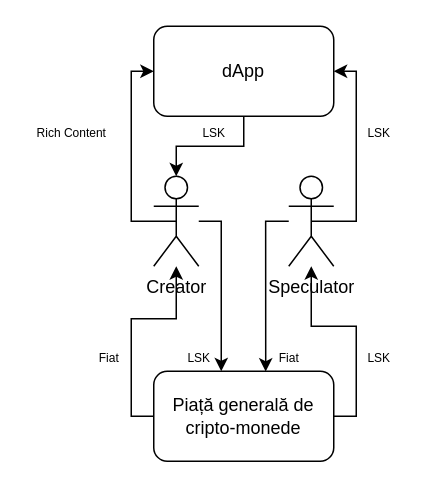
The draw.io diagram documentation/images/Fluxul_de_valoare.drawio in raziehl/jackal-supplies, before the edit. Source tidied: cells renumbered, new cells numbered last; positions are measured from the earlier drawing's top-left corner, leaving out a move shared by most shapes. Both pictures are drawn from the tidied source at 150%, with x=0, y=0 at pixel (26, 26).
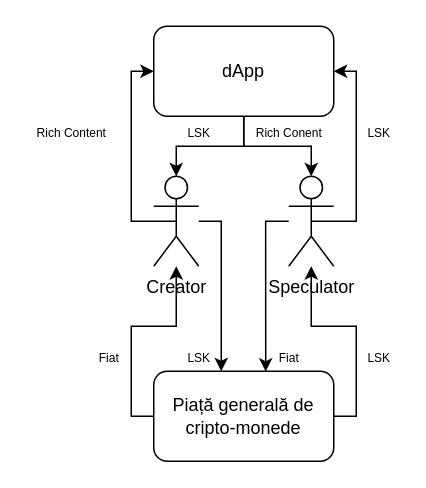
The same page after the edit.

The change refers to these unchanged cells:
```xml
<mxCell id="4" value="Creator" style="shape=umlActor;verticalLabelPosition=bottom;labelBackgroundColor=#ffffff;verticalAlign=top;html=1;outlineConnect=0;" parent="1" vertex="1">
  <mxGeometry x="85" y="100" width="30" height="60" as="geometry" />
</mxCell>
<mxCell id="7" value="Speculator" style="shape=umlActor;verticalLabelPosition=bottom;labelBackgroundColor=#ffffff;verticalAlign=top;html=1;outlineConnect=0;" parent="1" vertex="1">
  <mxGeometry x="175" y="100" width="30" height="60" as="geometry" />
</mxCell>
<mxCell id="9" value="dApp" style="rounded=1;whiteSpace=wrap;html=1;" parent="1" vertex="1">
  <mxGeometry x="85" width="120" height="60" as="geometry" />
</mxCell>
<mxCell id="12" value="Piață generală de cripto-monede" style="rounded=1;whiteSpace=wrap;html=1;" parent="1" vertex="1">
  <mxGeometry x="85" y="230" width="120" height="60" as="geometry" />
</mxCell>
```

Change to the diagram source:
```diff
@@
+    <mxCell id="20" style="edgeStyle=orthogonalEdgeStyle;rounded=0;jettySize=auto;html=1;entryX=0.5;entryY=0;entryDx=0;entryDy=0;entryPerimeter=0;" parent="1" edge="1" source="9" target="7">
+      <mxGeometry relative="1" as="geometry" />
+    </mxCell>
@@
     <mxCell id="10" style="edgeStyle=orthogonalEdgeStyle;rounded=0;jettySize=auto;html=1;" parent="1" edge="1" source="12" target="4">
       <mxGeometry relative="1" as="geometry">
         <Array as="points">
           <mxPoint x="70" y="260" />
-          <mxPoint x="70" y="195" />
-          <mxPoint x="100" y="195" />
+          <mxPoint x="70" y="200" />
+          <mxPoint x="100" y="200" />
         </Array>
       </mxGeometry>
     </mxCell>
@@
     <mxCell id="17" value="&lt;font style=&quot;font-size: 8px&quot;&gt;LSK&lt;/font&gt;" style="text;html=1;align=center;verticalAlign=middle;" parent="1" vertex="1">
-      <mxGeometry x="110" y="60" width="30" height="20" as="geometry" />
+      <mxGeometry x="100" y="60" width="30" height="20" as="geometry" />
     </mxCell>
@@
+    <mxCell id="21" value="&lt;font style=&quot;font-size: 8px&quot;&gt;Rich Conent&lt;/font&gt;" style="text;html=1;align=center;verticalAlign=middle;" parent="1" vertex="1">
+      <mxGeometry x="145" y="60" width="60" height="20" as="geometry" />
+    </mxCell>
```
